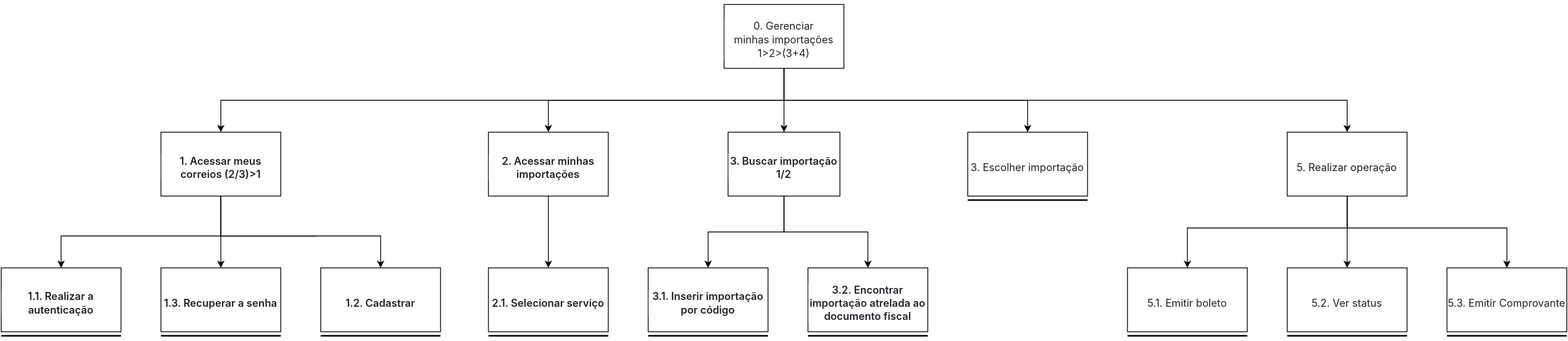
claudiohsc/2024.1-Correios keeps this draw.io diagram as docs/assets/analiseHTA/importacoes.svg. Above is the earlier version. Source tidied: cells renumbered, new cells last; positions are measured from the earlier drawing's top-left corner, leaving out a move shared by most shapes.
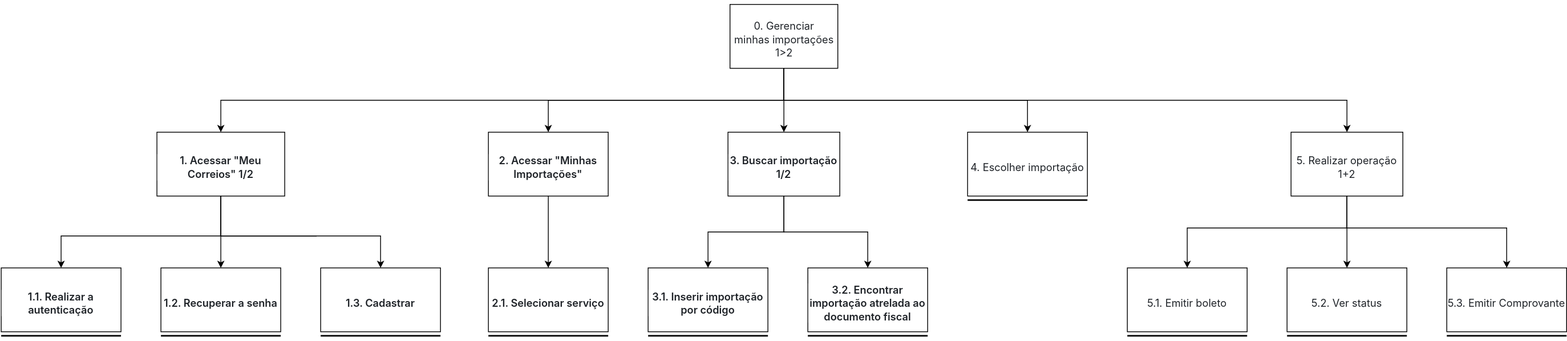
After the change.

Commit message:
atualiza HTA

The edit, as a diff of the source:
```diff
@@ -37,8 +37,8 @@
         </Array>
       </mxGeometry>
     </mxCell>
-    <mxCell id="7" value="&lt;h3 style=&quot;box-sizing: border-box; margin-top: 24px; margin-bottom: 16px; line-height: 130%; color: rgb(31, 35, 40); font-family: -apple-system, BlinkMacSystemFont, &amp;quot;Segoe UI&amp;quot;, &amp;quot;Noto Sans&amp;quot;, Helvetica, Arial, sans-serif, &amp;quot;Apple Color Emoji&amp;quot;, &amp;quot;Segoe UI Emoji&amp;quot;; background-color: rgb(255, 255, 255); font-size: 13px;&quot; dir=&quot;auto&quot; class=&quot;heading-element&quot; tabindex=&quot;-1&quot;&gt;&lt;span style=&quot;font-weight: normal; font-size: 13px;&quot;&gt;&lt;font style=&quot;font-size: 13px;&quot;&gt;0. Gerenciar minhas&lt;/font&gt;&amp;nbsp;importações 1&amp;gt;2&amp;gt;(3+4)&lt;/span&gt;&lt;/h3&gt;" style="rounded=0;whiteSpace=wrap;html=1;align=center;verticalAlign=middle;fontSize=13;" parent="1" vertex="1">
-      <mxGeometry x="905" width="150" height="80" as="geometry" />
+    <mxCell id="7" value="&lt;h3 style=&quot;box-sizing: border-box; margin-top: 24px; margin-bottom: 16px; line-height: 130%; color: rgb(31, 35, 40); font-family: -apple-system, BlinkMacSystemFont, &amp;quot;Segoe UI&amp;quot;, &amp;quot;Noto Sans&amp;quot;, Helvetica, Arial, sans-serif, &amp;quot;Apple Color Emoji&amp;quot;, &amp;quot;Segoe UI Emoji&amp;quot;; background-color: rgb(255, 255, 255); font-size: 13px;&quot; dir=&quot;auto&quot; class=&quot;heading-element&quot; tabindex=&quot;-1&quot;&gt;&lt;span style=&quot;font-weight: normal; font-size: 13px;&quot;&gt;&lt;font style=&quot;font-size: 13px;&quot;&gt;0. Gerenciar minhas&lt;/font&gt;&amp;nbsp;importações 1&amp;gt;2&lt;/span&gt;&lt;/h3&gt;" style="rounded=0;whiteSpace=wrap;html=1;align=center;verticalAlign=middle;fontSize=13;" parent="1" vertex="1">
+      <mxGeometry x="912.5" width="135" height="80" as="geometry" />
     </mxCell>
     <mxCell id="8" style="edgeStyle=orthogonalEdgeStyle;rounded=0;jettySize=auto;html=1;entryX=0.5;entryY=0;entryDx=0;entryDy=0;" parent="1" edge="1" source="11" target="18">
       <mxGeometry relative="1" as="geometry">
@@ -59,13 +59,13 @@
     <mxCell id="10" style="edgeStyle=orthogonalEdgeStyle;rounded=0;jettySize=auto;html=1;entryX=0.5;entryY=0;entryDx=0;entryDy=0;" parent="1" edge="1" source="11" target="19">
       <mxGeometry relative="1" as="geometry" />
     </mxCell>
-    <mxCell id="11" value="&lt;h3 style=&quot;box-sizing: border-box; margin-top: 24px; margin-bottom: 16px; font-size: 13px; font-weight: var(--base-text-weight-semibold, 600); line-height: 1.25; color: rgb(31, 35, 40); font-family: -apple-system, BlinkMacSystemFont, &amp;quot;Segoe UI&amp;quot;, &amp;quot;Noto Sans&amp;quot;, Helvetica, Arial, sans-serif, &amp;quot;Apple Color Emoji&amp;quot;, &amp;quot;Segoe UI Emoji&amp;quot;; background-color: rgb(255, 255, 255);&quot; dir=&quot;auto&quot; class=&quot;heading-element&quot; tabindex=&quot;-1&quot;&gt;1. Acessar meus correios (2/3)&amp;gt;1&lt;/h3&gt;" style="rounded=0;whiteSpace=wrap;html=1;align=center;fontSize=13;" parent="1" vertex="1">
-      <mxGeometry x="200" y="160" width="150" height="80" as="geometry" />
+    <mxCell id="11" value="&lt;h3 style=&quot;box-sizing: border-box; margin-top: 24px; margin-bottom: 16px; font-size: 13px; font-weight: var(--base-text-weight-semibold, 600); line-height: 1.25; color: rgb(31, 35, 40); font-family: -apple-system, BlinkMacSystemFont, &amp;quot;Segoe UI&amp;quot;, &amp;quot;Noto Sans&amp;quot;, Helvetica, Arial, sans-serif, &amp;quot;Apple Color Emoji&amp;quot;, &amp;quot;Segoe UI Emoji&amp;quot;; background-color: rgb(255, 255, 255);&quot; dir=&quot;auto&quot; class=&quot;heading-element&quot; tabindex=&quot;-1&quot;&gt;1. Acessar &quot;Meu Correios&quot; 1/2&lt;/h3&gt;" style="rounded=0;whiteSpace=wrap;html=1;align=center;fontSize=13;" parent="1" vertex="1">
+      <mxGeometry x="195" y="160" width="160" height="80" as="geometry" />
     </mxCell>
     <mxCell id="12" style="edgeStyle=orthogonalEdgeStyle;rounded=0;jettySize=auto;html=1;entryX=0.5;entryY=0;entryDx=0;entryDy=0;" parent="1" edge="1" source="13" target="28">
       <mxGeometry relative="1" as="geometry" />
     </mxCell>
-    <mxCell id="13" value="&lt;h3 style=&quot;box-sizing: border-box; margin-top: 24px; margin-bottom: 16px; font-size: 13px; font-weight: var(--base-text-weight-semibold, 600); line-height: 1.25; color: rgb(31, 35, 40); font-family: -apple-system, BlinkMacSystemFont, &amp;quot;Segoe UI&amp;quot;, &amp;quot;Noto Sans&amp;quot;, Helvetica, Arial, sans-serif, &amp;quot;Apple Color Emoji&amp;quot;, &amp;quot;Segoe UI Emoji&amp;quot;; background-color: rgb(255, 255, 255);&quot; dir=&quot;auto&quot; class=&quot;heading-element&quot; tabindex=&quot;-1&quot;&gt;2. Acessar minhas importações&lt;/h3&gt;" style="rounded=0;whiteSpace=wrap;html=1;align=center;fontSize=13;verticalAlign=middle;" parent="1" vertex="1">
+    <mxCell id="13" value="&lt;h3 style=&quot;box-sizing: border-box; margin-top: 24px; margin-bottom: 16px; font-size: 13px; font-weight: var(--base-text-weight-semibold, 600); line-height: 1.25; color: rgb(31, 35, 40); font-family: -apple-system, BlinkMacSystemFont, &amp;quot;Segoe UI&amp;quot;, &amp;quot;Noto Sans&amp;quot;, Helvetica, Arial, sans-serif, &amp;quot;Apple Color Emoji&amp;quot;, &amp;quot;Segoe UI Emoji&amp;quot;; background-color: rgb(255, 255, 255);&quot; dir=&quot;auto&quot; class=&quot;heading-element&quot; tabindex=&quot;-1&quot;&gt;2. Acessar &quot;Minhas Importações&quot;&lt;/h3&gt;" style="rounded=0;whiteSpace=wrap;html=1;align=center;fontSize=13;verticalAlign=middle;" parent="1" vertex="1">
       <mxGeometry x="610" y="160" width="150" height="80" as="geometry" />
     </mxCell>
     <mxCell id="14" style="edgeStyle=orthogonalEdgeStyle;rounded=0;jettySize=auto;html=1;entryX=0.5;entryY=0;entryDx=0;entryDy=0;" parent="1" edge="1" source="16" target="21">
@@ -83,10 +83,10 @@
     <mxCell id="18" value="&lt;h3 style=&quot;box-sizing: border-box; margin-top: 24px; margin-bottom: 16px; font-size: 13px; font-weight: var(--base-text-weight-semibold, 600); line-height: 1.25; color: rgb(31, 35, 40); font-family: -apple-system, BlinkMacSystemFont, &amp;quot;Segoe UI&amp;quot;, &amp;quot;Noto Sans&amp;quot;, Helvetica, Arial, sans-serif, &amp;quot;Apple Color Emoji&amp;quot;, &amp;quot;Segoe UI Emoji&amp;quot;; background-color: rgb(255, 255, 255);&quot; dir=&quot;auto&quot; class=&quot;heading-element&quot; tabindex=&quot;-1&quot;&gt;1.1. Realizar a autenticação&lt;/h3&gt;" style="rounded=0;whiteSpace=wrap;html=1;align=center;fontSize=13;" parent="1" vertex="1">
       <mxGeometry y="330" width="150" height="80" as="geometry" />
     </mxCell>
-    <mxCell id="19" value="&lt;h3 style=&quot;box-sizing: border-box; margin-top: 24px; margin-bottom: 16px; font-size: 13px; font-weight: var(--base-text-weight-semibold, 600); line-height: 1.25; color: rgb(31, 35, 40); font-family: -apple-system, BlinkMacSystemFont, &amp;quot;Segoe UI&amp;quot;, &amp;quot;Noto Sans&amp;quot;, Helvetica, Arial, sans-serif, &amp;quot;Apple Color Emoji&amp;quot;, &amp;quot;Segoe UI Emoji&amp;quot;; background-color: rgb(255, 255, 255);&quot; dir=&quot;auto&quot; class=&quot;heading-element&quot; tabindex=&quot;-1&quot;&gt;1.3. Recuperar a senha&lt;/h3&gt;" style="rounded=0;whiteSpace=wrap;html=1;align=center;fontSize=13;" parent="1" vertex="1">
+    <mxCell id="19" value="&lt;h3 style=&quot;box-sizing: border-box; margin-top: 24px; margin-bottom: 16px; font-size: 13px; font-weight: var(--base-text-weight-semibold, 600); line-height: 1.25; color: rgb(31, 35, 40); font-family: -apple-system, BlinkMacSystemFont, &amp;quot;Segoe UI&amp;quot;, &amp;quot;Noto Sans&amp;quot;, Helvetica, Arial, sans-serif, &amp;quot;Apple Color Emoji&amp;quot;, &amp;quot;Segoe UI Emoji&amp;quot;; background-color: rgb(255, 255, 255);&quot; dir=&quot;auto&quot; class=&quot;heading-element&quot; tabindex=&quot;-1&quot;&gt;1.2. Recuperar a senha&lt;/h3&gt;" style="rounded=0;whiteSpace=wrap;html=1;align=center;fontSize=13;" parent="1" vertex="1">
       <mxGeometry x="200" y="330" width="150" height="80" as="geometry" />
     </mxCell>
-    <mxCell id="20" value="&lt;h3 style=&quot;box-sizing: border-box; margin-top: 24px; margin-bottom: 16px; font-size: 13px; font-weight: var(--base-text-weight-semibold, 600); line-height: 1.25; color: rgb(31, 35, 40); font-family: -apple-system, BlinkMacSystemFont, &amp;quot;Segoe UI&amp;quot;, &amp;quot;Noto Sans&amp;quot;, Helvetica, Arial, sans-serif, &amp;quot;Apple Color Emoji&amp;quot;, &amp;quot;Segoe UI Emoji&amp;quot;; background-color: rgb(255, 255, 255);&quot; dir=&quot;auto&quot; class=&quot;heading-element&quot; tabindex=&quot;-1&quot;&gt;1.2. Cadastrar&lt;/h3&gt;" style="rounded=0;whiteSpace=wrap;html=1;align=center;fontSize=13;" parent="1" vertex="1">
+    <mxCell id="20" value="&lt;h3 style=&quot;box-sizing: border-box; margin-top: 24px; margin-bottom: 16px; font-size: 13px; font-weight: var(--base-text-weight-semibold, 600); line-height: 1.25; color: rgb(31, 35, 40); font-family: -apple-system, BlinkMacSystemFont, &amp;quot;Segoe UI&amp;quot;, &amp;quot;Noto Sans&amp;quot;, Helvetica, Arial, sans-serif, &amp;quot;Apple Color Emoji&amp;quot;, &amp;quot;Segoe UI Emoji&amp;quot;; background-color: rgb(255, 255, 255);&quot; dir=&quot;auto&quot; class=&quot;heading-element&quot; tabindex=&quot;-1&quot;&gt;1.3. Cadastrar&lt;/h3&gt;" style="rounded=0;whiteSpace=wrap;html=1;align=center;fontSize=13;" parent="1" vertex="1">
       <mxGeometry x="400" y="330" width="150" height="80" as="geometry" />
     </mxCell>
     <mxCell id="21" value="&lt;h3 style=&quot;box-sizing: border-box; margin-top: 24px; margin-bottom: 16px; font-size: 13px; font-weight: var(--base-text-weight-semibold, 600); line-height: 1.25; color: rgb(31, 35, 40); font-family: -apple-system, BlinkMacSystemFont, &amp;quot;Segoe UI&amp;quot;, &amp;quot;Noto Sans&amp;quot;, Helvetica, Arial, sans-serif, &amp;quot;Apple Color Emoji&amp;quot;, &amp;quot;Segoe UI Emoji&amp;quot;; background-color: rgb(255, 255, 255);&quot; dir=&quot;auto&quot; class=&quot;heading-element&quot; tabindex=&quot;-1&quot;&gt;3.1. Inserir importação por código&lt;/h3&gt;" style="rounded=0;whiteSpace=wrap;html=1;align=center;fontSize=13;" parent="1" vertex="1">
@@ -116,7 +116,7 @@
     <mxCell id="29" style="line;strokeWidth=2;html=1;" parent="1" vertex="1">
       <mxGeometry x="810" y="410" width="150" height="10" as="geometry" />
     </mxCell>
-    <mxCell id="30" value="&lt;h3 style=&quot;box-sizing: border-box; margin-top: 24px; margin-bottom: 16px; font-size: 13px; line-height: 1.25; color: rgb(31, 35, 40); font-family: -apple-system, BlinkMacSystemFont, &amp;quot;Segoe UI&amp;quot;, &amp;quot;Noto Sans&amp;quot;, Helvetica, Arial, sans-serif, &amp;quot;Apple Color Emoji&amp;quot;, &amp;quot;Segoe UI Emoji&amp;quot;; background-color: rgb(255, 255, 255);&quot; dir=&quot;auto&quot; class=&quot;heading-element&quot; tabindex=&quot;-1&quot;&gt;&lt;span style=&quot;font-weight: normal; font-size: 13px;&quot;&gt;3. Escolher importação&lt;/span&gt;&lt;/h3&gt;" style="rounded=0;whiteSpace=wrap;html=1;align=center;fontStyle=0;fontSize=13;" parent="1" vertex="1">
+    <mxCell id="30" value="&lt;h3 style=&quot;box-sizing: border-box; margin-top: 24px; margin-bottom: 16px; font-size: 13px; line-height: 1.25; color: rgb(31, 35, 40); font-family: -apple-system, BlinkMacSystemFont, &amp;quot;Segoe UI&amp;quot;, &amp;quot;Noto Sans&amp;quot;, Helvetica, Arial, sans-serif, &amp;quot;Apple Color Emoji&amp;quot;, &amp;quot;Segoe UI Emoji&amp;quot;; background-color: rgb(255, 255, 255);&quot; dir=&quot;auto&quot; class=&quot;heading-element&quot; tabindex=&quot;-1&quot;&gt;&lt;span style=&quot;font-weight: normal; font-size: 13px;&quot;&gt;4. Escolher importação&lt;/span&gt;&lt;/h3&gt;" style="rounded=0;whiteSpace=wrap;html=1;align=center;fontStyle=0;fontSize=13;" parent="1" vertex="1">
       <mxGeometry x="1210" y="160" width="150" height="80" as="geometry" />
     </mxCell>
     <mxCell id="31" style="edgeStyle=orthogonalEdgeStyle;rounded=0;jettySize=auto;html=1;" parent="1" edge="1" source="34" target="17">
@@ -138,8 +138,8 @@
         </Array>
       </mxGeometry>
     </mxCell>
-    <mxCell id="34" value="&lt;h3 style=&quot;box-sizing: border-box; margin-top: 24px; margin-bottom: 16px; font-size: 13px; line-height: 1.25; color: rgb(31, 35, 40); font-family: -apple-system, BlinkMacSystemFont, &amp;quot;Segoe UI&amp;quot;, &amp;quot;Noto Sans&amp;quot;, Helvetica, Arial, sans-serif, &amp;quot;Apple Color Emoji&amp;quot;, &amp;quot;Segoe UI Emoji&amp;quot;; background-color: rgb(255, 255, 255);&quot; dir=&quot;auto&quot; class=&quot;heading-element&quot; tabindex=&quot;-1&quot;&gt;&lt;span style=&quot;font-weight: 400;&quot;&gt;5. Realizar operação&lt;/span&gt;&lt;/h3&gt;" style="rounded=0;whiteSpace=wrap;html=1;align=center;fontStyle=0;fontSize=13;" parent="1" vertex="1">
-      <mxGeometry x="1610" y="160" width="150" height="80" as="geometry" />
+    <mxCell id="34" value="&lt;h3 style=&quot;box-sizing: border-box; margin-top: 24px; margin-bottom: 16px; font-size: 13px; line-height: 1.25; color: rgb(31, 35, 40); font-family: -apple-system, BlinkMacSystemFont, &amp;quot;Segoe UI&amp;quot;, &amp;quot;Noto Sans&amp;quot;, Helvetica, Arial, sans-serif, &amp;quot;Apple Color Emoji&amp;quot;, &amp;quot;Segoe UI Emoji&amp;quot;; background-color: rgb(255, 255, 255);&quot; dir=&quot;auto&quot; class=&quot;heading-element&quot; tabindex=&quot;-1&quot;&gt;&lt;span style=&quot;font-weight: 400;&quot;&gt;5. Realizar operação 1+2&lt;/span&gt;&lt;/h3&gt;" style="rounded=0;whiteSpace=wrap;html=1;align=center;fontStyle=0;fontSize=13;" parent="1" vertex="1">
+      <mxGeometry x="1615" y="160" width="140" height="80" as="geometry" />
     </mxCell>
     <mxCell id="35" value="&lt;h3 style=&quot;box-sizing: border-box; margin-top: 24px; margin-bottom: 16px; font-size: 13px; line-height: 1.25; color: rgb(31, 35, 40); font-family: -apple-system, BlinkMacSystemFont, &amp;quot;Segoe UI&amp;quot;, &amp;quot;Noto Sans&amp;quot;, Helvetica, Arial, sans-serif, &amp;quot;Apple Color Emoji&amp;quot;, &amp;quot;Segoe UI Emoji&amp;quot;; background-color: rgb(255, 255, 255);&quot; dir=&quot;auto&quot; class=&quot;heading-element&quot; tabindex=&quot;-1&quot;&gt;&lt;span style=&quot;font-weight: normal; font-size: 13px;&quot;&gt;5.2. Ver status&lt;/span&gt;&lt;/h3&gt;" style="rounded=0;whiteSpace=wrap;html=1;align=center;fontStyle=0;fontSize=13;" parent="1" vertex="1">
       <mxGeometry x="1610" y="330" width="150" height="80" as="geometry" />
```
